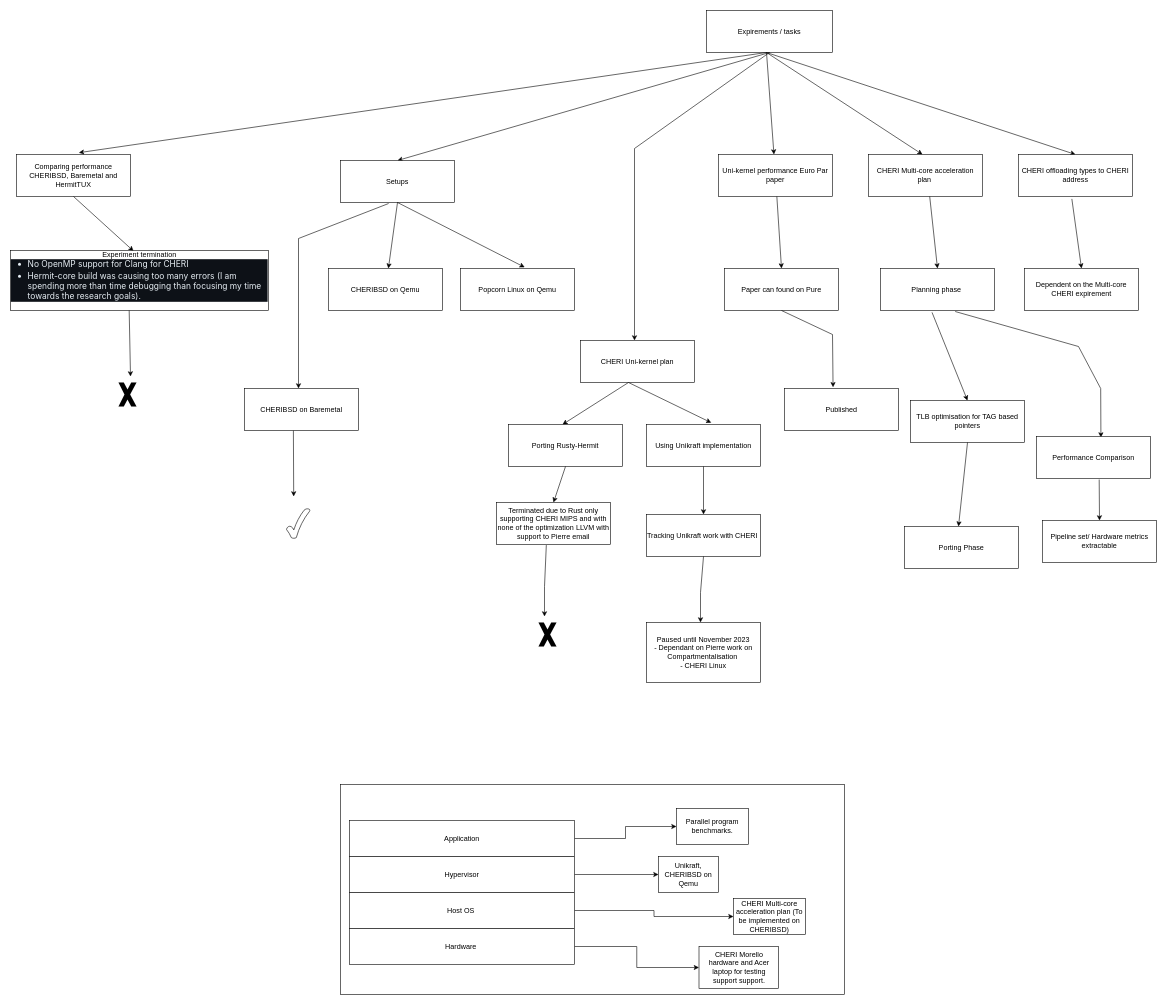
The draw.io diagram page "Page-1" (1 of 4) of Untitled Diagram.drawio in Akilan1999/PhD-public, before the edit. Source tidied: cells renumbered, new cells numbered last; positions are measured from the earlier drawing's top-left corner, leaving out a move shared by most shapes. Both pictures are drawn from the tidied source at 60%, with x=0, y=0 at pixel (10, 10).
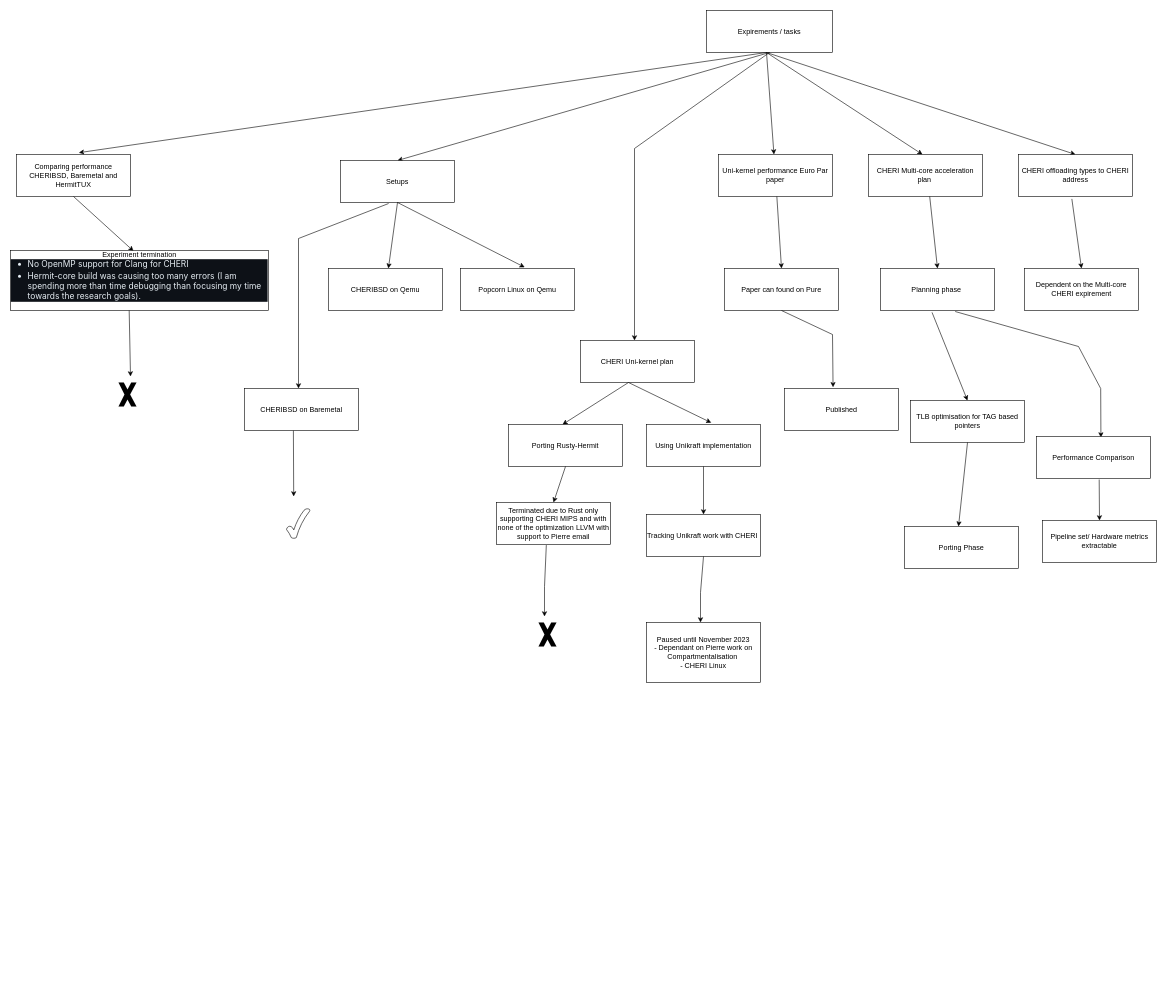
The same page after the edit.

Change to the diagram source:
```diff
@@
-    <mxCell id="41" style="rounded=0;whiteSpace=wrap;html=1;" parent="1" vertex="1">
-      <mxGeometry x="550" y="1290" width="840" height="350" as="geometry" />
-    </mxCell>
-    <mxCell id="42" style="edgeStyle=orthogonalEdgeStyle;rounded=0;jettySize=auto;html=1;" parent="1" edge="1" source="43" target="52">
-      <mxGeometry relative="1" as="geometry" />
-    </mxCell>
-    <mxCell id="43" value="Hardware&amp;nbsp;" style="rounded=0;whiteSpace=wrap;html=1;" parent="1" vertex="1">
-      <mxGeometry x="565" y="1530" width="375" height="60" as="geometry" />
-    </mxCell>
-    <mxCell id="44" style="edgeStyle=orthogonalEdgeStyle;rounded=0;jettySize=auto;html=1;" parent="1" edge="1" source="45" target="51">
-      <mxGeometry relative="1" as="geometry" />
-    </mxCell>
-    <mxCell id="45" value="Host OS&amp;nbsp;" style="rounded=0;whiteSpace=wrap;html=1;" parent="1" vertex="1">
-      <mxGeometry x="565" y="1470" width="375" height="60" as="geometry" />
-    </mxCell>
-    <mxCell id="46" style="edgeStyle=orthogonalEdgeStyle;rounded=0;jettySize=auto;html=1;" parent="1" edge="1" source="47" target="50">
-      <mxGeometry relative="1" as="geometry" />
-    </mxCell>
-    <mxCell id="47" value="Hypervisor" style="rounded=0;whiteSpace=wrap;html=1;" parent="1" vertex="1">
-      <mxGeometry x="565" y="1410" width="375" height="60" as="geometry" />
-    </mxCell>
-    <mxCell id="48" style="edgeStyle=orthogonalEdgeStyle;rounded=0;jettySize=auto;html=1;" parent="1" edge="1" source="49" target="53">
-      <mxGeometry relative="1" as="geometry" />
-    </mxCell>
-    <mxCell id="49" value="Application" style="rounded=0;whiteSpace=wrap;html=1;" parent="1" vertex="1">
-      <mxGeometry x="565" y="1350" width="375" height="60" as="geometry" />
-    </mxCell>
-    <mxCell id="50" value="Unikraft, CHERIBSD on Qemu" style="whiteSpace=wrap;html=1;rounded=0;" parent="1" vertex="1">
-      <mxGeometry x="1080" y="1410" width="100" height="60" as="geometry" />
-    </mxCell>
-    <mxCell id="51" value="CHERI Multi-core acceleration plan (To be implemented on CHERIBSD)" style="rounded=0;whiteSpace=wrap;html=1;" parent="1" vertex="1">
-      <mxGeometry x="1205" y="1480" width="120" height="60" as="geometry" />
-    </mxCell>
-    <mxCell id="52" value="CHERI Morello hardware and Acer laptop for testing support support." style="rounded=0;whiteSpace=wrap;html=1;" parent="1" vertex="1">
-      <mxGeometry x="1147.5" y="1560" width="132.5" height="70" as="geometry" />
-    </mxCell>
-    <mxCell id="53" value="Parallel program benchmarks." style="whiteSpace=wrap;html=1;rounded=0;" parent="1" vertex="1">
-      <mxGeometry x="1110" y="1330" width="120" height="60" as="geometry" />
-    </mxCell>
```
